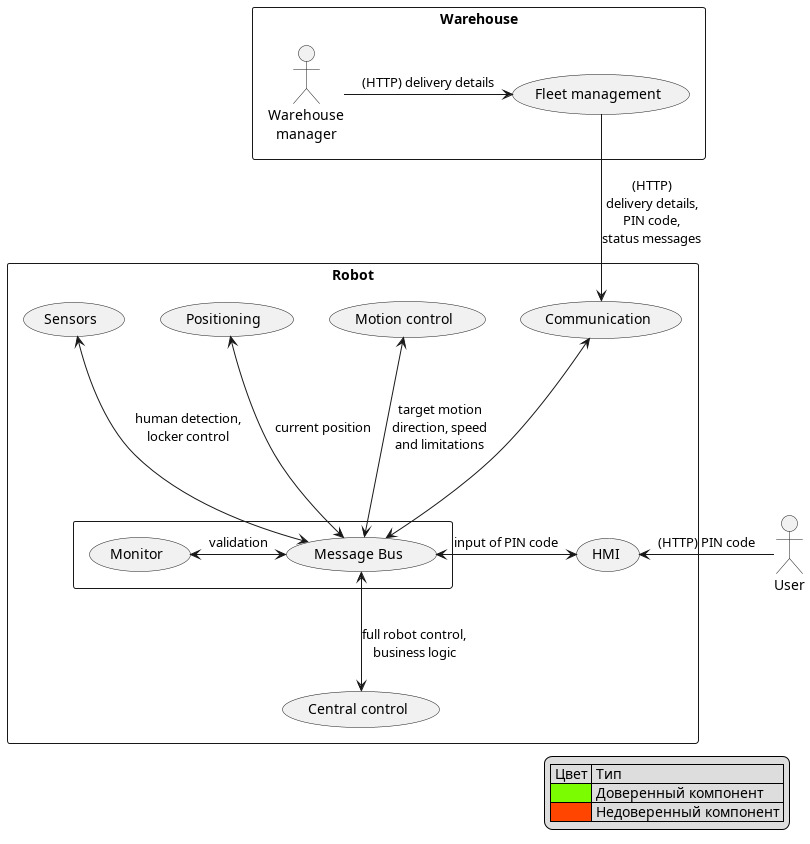
Losssaw3/cyberimmune-delivery-robot keeps this PlantUML diagram as docs/diagrams/res/HLA_trusted.png. Above is the earlier version.
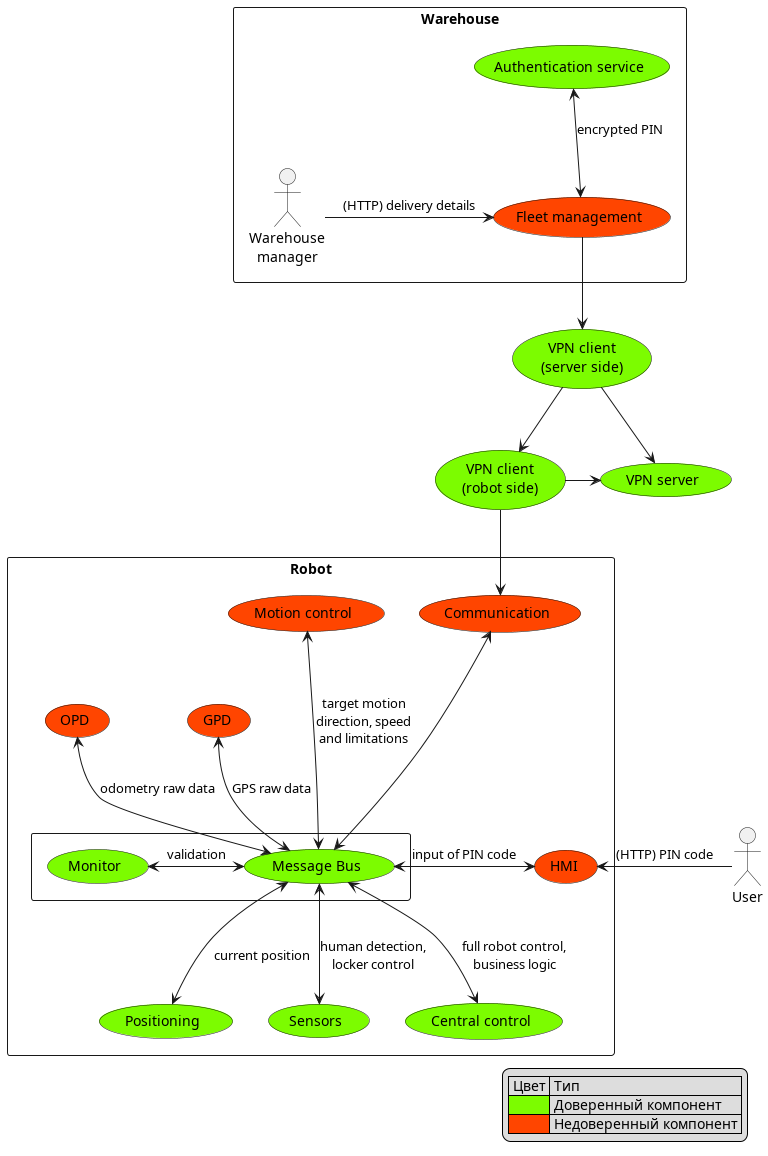
The same diagram one commit later.

Commit message:
Added diagram with trusted components

What changed in the source:
```diff
@@ -2,40 +2,57 @@
 
 actor User as U
 
+usecase "VPN client\n(server side)" as VPNC0 #lawngreen
+usecase "VPN client\n(robot side)" as VPNC1 #lawngreen
+usecase "VPN server" as VPNS #lawngreen
+
 rectangle Warehouse {
     actor "Warehouse\n  manager" as W
-    usecase "Fleet management" as FMS
+    usecase "Fleet management" as FMS #orangered
+    usecase "Authentication service" as AS #lawngreen
 
     W -> FMS : (HTTP) delivery details
+    FMS <-up-> AS: encrypted PIN
+    FMS --> VPNC0
 }
 
+VPNC0 --> VPNC1
+VPNC0 -> VPNS
+VPNC1 -> VPNS
+
 rectangle Robot {
-    usecase "Communication" as CS
-    usecase "Motion control" as MCU
-    usecase "Positioning" as PU
-    usecase "Sensors" as SU
-    usecase "HMI" as HMI
-    usecase "Central control" as CCU
+    usecase "Communication" as CS #orangered
+    usecase "Motion control" as MCU #orangered
+    usecase "GPD" as GPD #orangered
+    usecase "OPD" as OPD #orangered
+    usecase "Positioning" as PU #lawngreen
+    usecase "Sensors" as SU #lawngreen
+    usecase "HMI" as HMI #orangered
+    usecase "Central control" as CCU #lawngreen
 
     rectangle {
-        usecase "Message Bus" as MB
-        usecase "Monitor" as M
+        usecase "Message Bus" as MB #lawngreen
+        usecase "Monitor" as M #lawngreen
 
         M <-> MB: validation
     }
 
-    FMS --> CS: (HTTP)\ndelivery details,\nPIN code,\nstatus messages
+    VPNC1 --> CS
 
     CS <---> MB
 
     MB <-down-> CCU: full robot control,\nbusiness logic
     MCU <---> MB: target motion\ndirection, speed\nand limitations
-    PU <---> MB: current position
-    SU <---> MB: human detection,\nlocker control
+    PU <-up-> MB: current position
+    SU <-up-> MB: human detection,\nlocker control
     HMI <-> MB : input of PIN code
+
+    OPD <--> MB: odometry raw data
+    GPD <-down-> MB: GPS raw data
 
     U -> HMI: (HTTP) PIN code
 }
+
 
 legend right
     | Цвет | Тип |
@@ -43,7 +60,4 @@
     |<#orangered>| Недоверенный компонент |
 end legend
 
-
-
-
 @enduml
```
